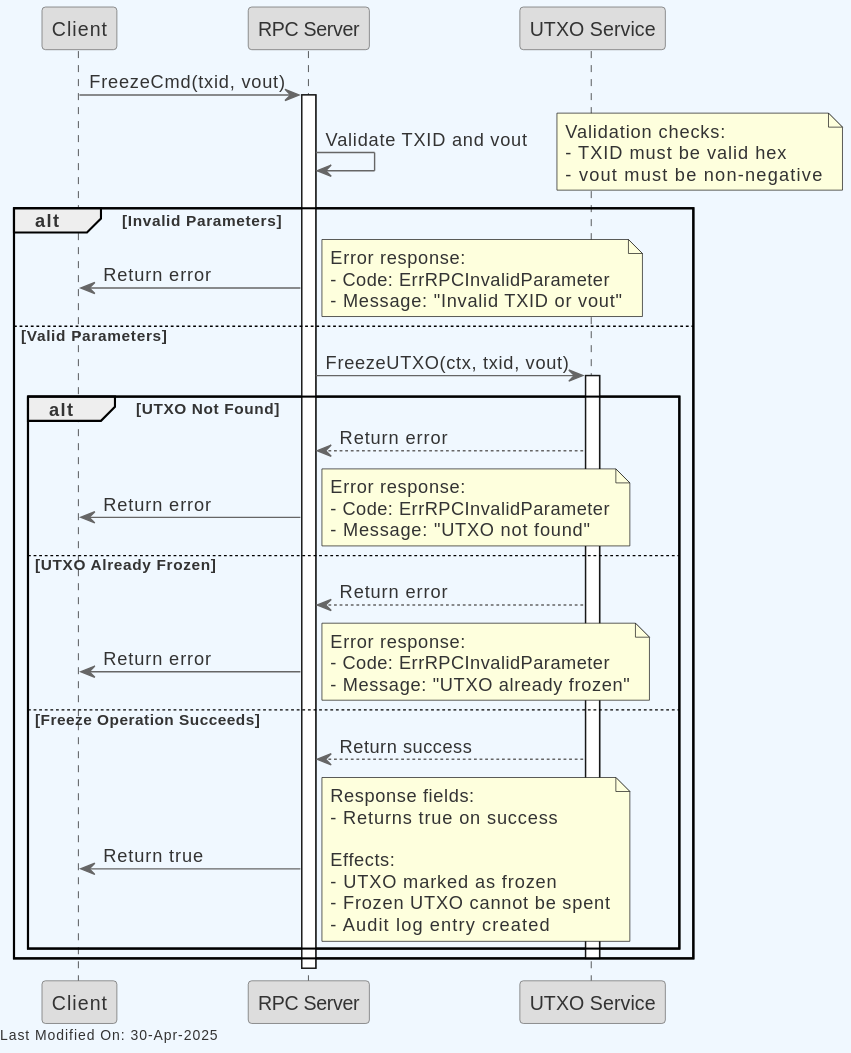
This is docs/topics/services/img/plantuml/rpc/rpc-freeze.svg from freemans13/teranode, a PlantUML export, as it was before one commit.
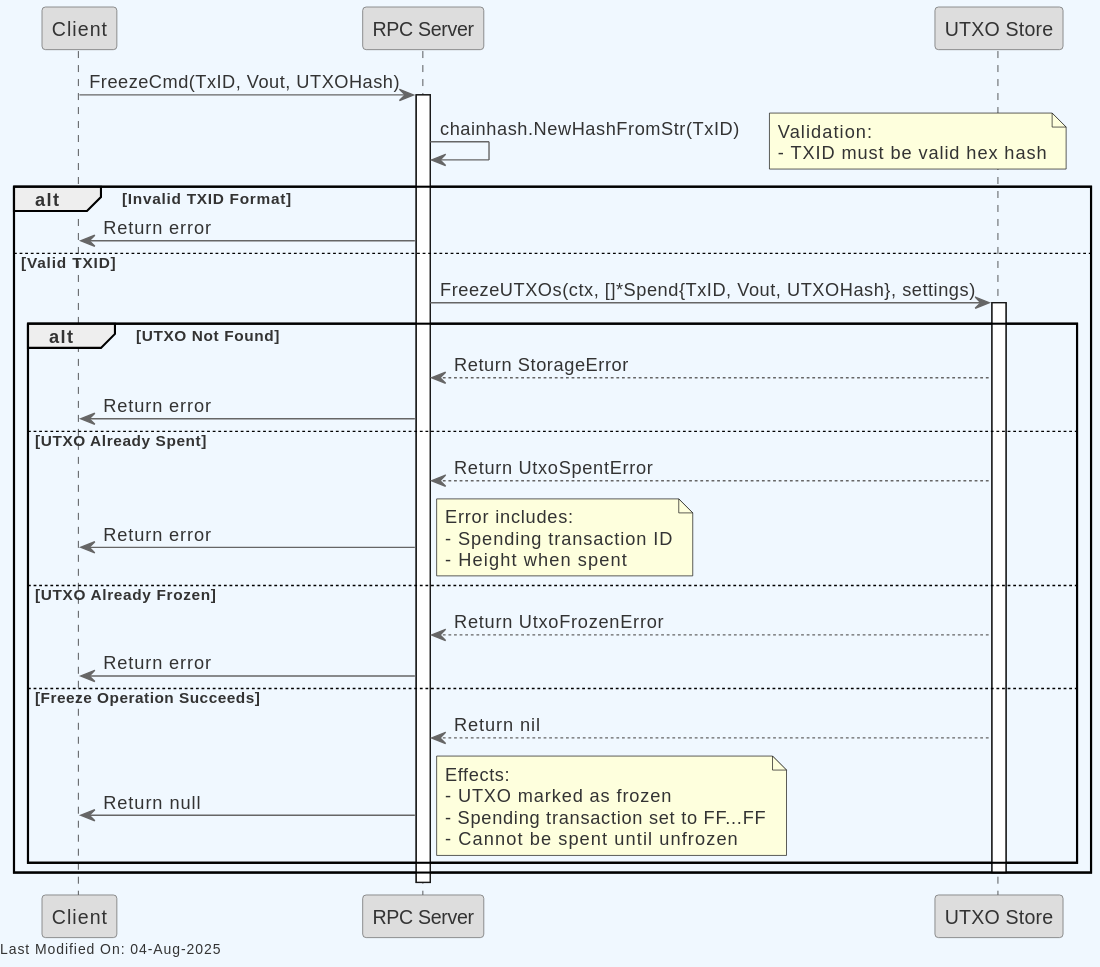
The same diagram one commit later.

The edit, as a diff of the source:
```diff
@@ -22,59 +22,48 @@
 
 participant Client
 participant "RPC Server" as RPC
-participant "UTXO Service" as UTXO
+participant "UTXO Store" as UTXOStore
 
-Client -> RPC : FreezeCmd(txid, vout)
+Client -> RPC : FreezeCmd(TxID, Vout, UTXOHash)
 activate RPC
 
-RPC -> RPC : Validate TXID and vout
+RPC -> RPC : chainhash.NewHashFromStr(TxID)
 note right
-  Validation checks:
-  - TXID must be valid hex
-  - vout must be non-negative
+  Validation:
+  - TXID must be valid hex hash
 end note
 
-alt Invalid Parameters
+alt Invalid TXID Format
     RPC -> Client : Return error
-    note right
-        Error response:
-        - Code: ErrRPCInvalidParameter
-        - Message: "Invalid TXID or vout"
-    end note
-else Valid Parameters
-    RPC -> UTXO : FreezeUTXO(ctx, txid, vout)
-    activate UTXO
+else Valid TXID
+    RPC -> UTXOStore : FreezeUTXOs(ctx, []*Spend{TxID, Vout, UTXOHash}, settings)
+    activate UTXOStore
 
     alt UTXO Not Found
-        UTXO --> RPC : Return error
+        UTXOStore --> RPC : Return StorageError
+        RPC -> Client : Return error
+    else UTXO Already Spent
+        UTXOStore --> RPC : Return UtxoSpentError
         RPC -> Client : Return error
         note right
-            Error response:
-            - Code: ErrRPCInvalidParameter
-            - Message: "UTXO not found"
+            Error includes:
+            - Spending transaction ID
+            - Height when spent
         end note
     else UTXO Already Frozen
-        UTXO --> RPC : Return error
+        UTXOStore --> RPC : Return UtxoFrozenError
         RPC -> Client : Return error
+    else Freeze Operation Succeeds
+        UTXOStore --> RPC : Return nil
+        RPC -> Client : Return null
         note right
-            Error response:
-            - Code: ErrRPCInvalidParameter
-            - Message: "UTXO already frozen"
-        end note
-    else Freeze Operation Succeeds
-        UTXO --> RPC : Return success
-        RPC -> Client : Return true
-        note right
-            Response fields:
-            - Returns true on success
-
             Effects:
             - UTXO marked as frozen
-            - Frozen UTXO cannot be spent
-            - Audit log entry created
+            - Spending transaction set to FF...FF
+            - Cannot be spent until unfrozen
         end note
     end
-    deactivate UTXO
+    deactivate UTXOStore
 end
 
 deactivate RPC
```
